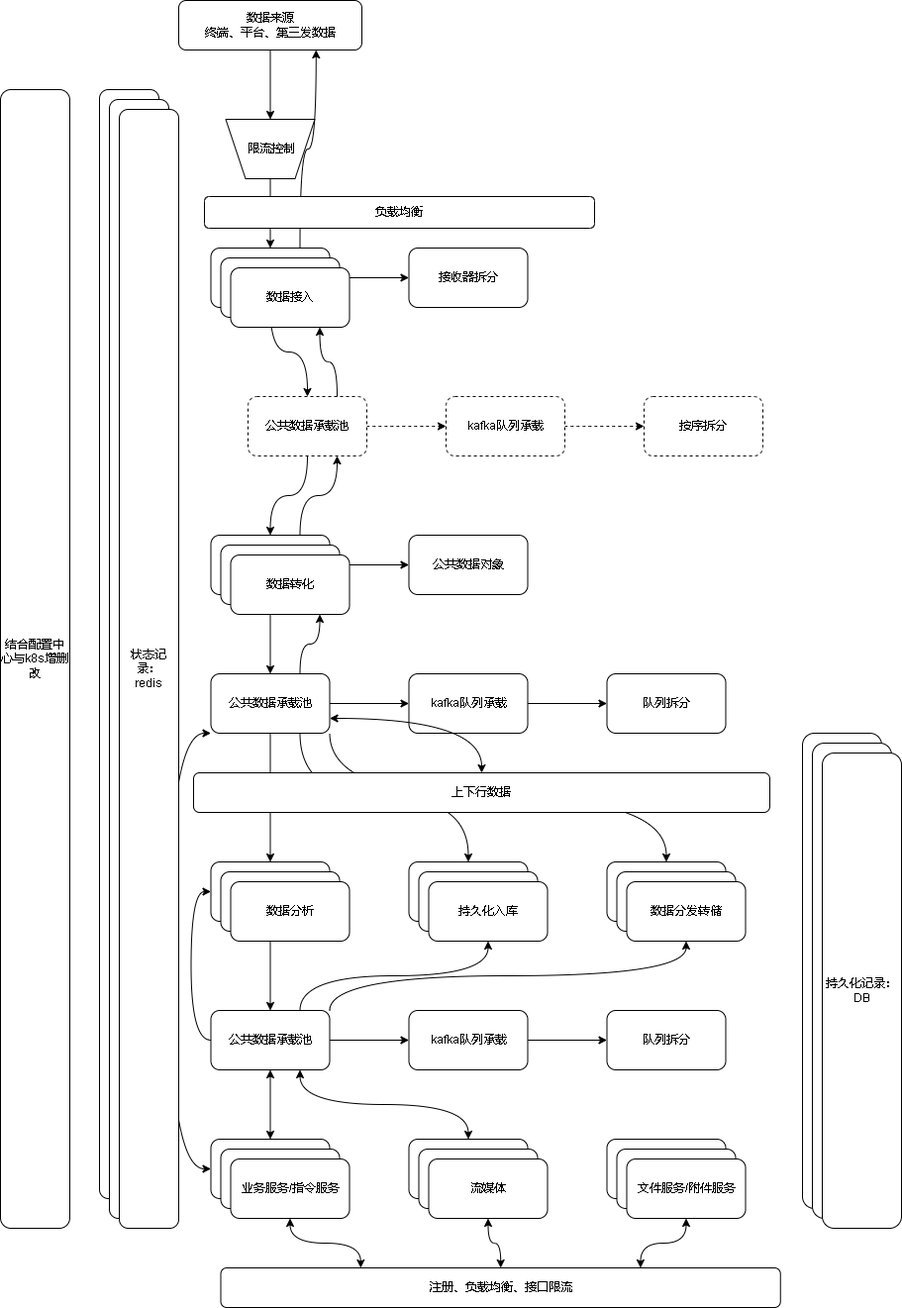
xktder/draw keeps this draw.io diagram as 808后台架构.drawio.png. Above is the earlier version. Source tidied: cells renumbered, new cells last; positions are measured from the earlier drawing's top-left corner, leaving out a move shared by most shapes.
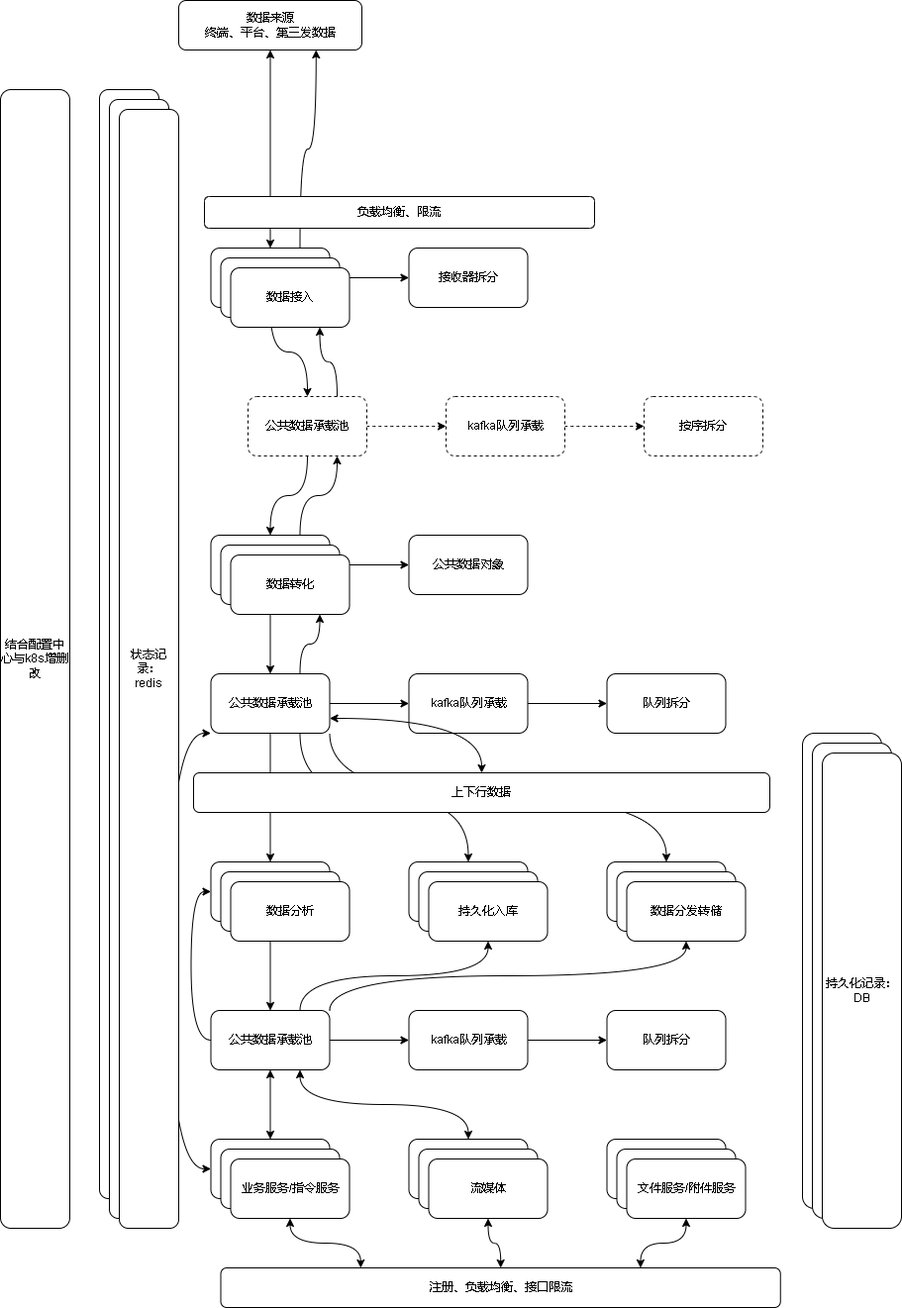
The same file after the commit.

Commit message:
更新808后台架构.drawio.png

What changed in the source:
```diff
@@ -2,9 +2,9 @@
   <root>
     <mxCell id="0" />
     <mxCell id="1" parent="0" />
-    <mxCell id="2" style="edgeStyle=orthogonalEdgeStyle;rounded=0;jettySize=auto;html=1;entryX=0.5;entryY=1;entryDx=0;entryDy=0;curved=1;" parent="1" edge="1" source="3" target="27">
-      <mxGeometry relative="1" as="geometry" />
-    </mxCell>
+    <mxCell id="81" style="edgeStyle=orthogonalEdgeStyle;curved=1;rounded=0;jettySize=auto;html=1;startArrow=classic;startFill=1;" parent="1" edge="1" source="3" target="7">
+      <mxGeometry relative="1" as="geometry" />
+    </mxCell>
     <mxCell id="3" value="数据来源&lt;br&gt;终端、平台、第三发数据" style="rounded=1;whiteSpace=wrap;html=1;" parent="1" vertex="1">
       <mxGeometry x="180" width="185" height="50" as="geometry" />
     </mxCell>
@@ -79,15 +79,6 @@
     <mxCell id="25" value="数据分析" style="whiteSpace=wrap;html=1;rounded=1;" parent="1" vertex="1">
       <mxGeometry x="212.5" y="870" width="120" height="60" as="geometry" />
     </mxCell>
-    <mxCell id="26" style="edgeStyle=orthogonalEdgeStyle;curved=1;rounded=0;jettySize=auto;html=1;" parent="1" edge="1" source="27" target="7">
-      <mxGeometry relative="1" as="geometry" />
-    </mxCell>
-    <mxCell id="27" style="shape=trapezoid;perimeter=trapezoidPerimeter;whiteSpace=wrap;html=1;fixedSize=1;rotation=-180;" parent="1" vertex="1">
-      <mxGeometry x="227.5" y="120" width="90" height="60" as="geometry" />
-    </mxCell>
-    <mxCell id="28" value="限流控制" style="text;html=1;align=center;verticalAlign=middle;strokeColor=none;fillColor=none;" parent="1" vertex="1">
-      <mxGeometry x="237.5" y="135" width="70" height="30" as="geometry" />
-    </mxCell>
     <mxCell id="29" style="edgeStyle=orthogonalEdgeStyle;curved=1;rounded=0;jettySize=auto;html=1;dashed=1;" parent="1" edge="1" source="32" target="34">
       <mxGeometry relative="1" as="geometry" />
     </mxCell>
@@ -241,7 +232,7 @@
     <mxCell id="79" value="注册、负载均衡、接口限流" style="rounded=1;whiteSpace=wrap;html=1;" parent="1" vertex="1">
       <mxGeometry x="222.5" y="1280" width="565.2" height="40" as="geometry" />
     </mxCell>
-    <mxCell id="80" value="负载均衡" style="rounded=1;whiteSpace=wrap;html=1;" parent="1" vertex="1">
+    <mxCell id="80" value="负载均衡、限流" style="rounded=1;whiteSpace=wrap;html=1;" parent="1" vertex="1">
       <mxGeometry x="206" y="198" width="394" height="32" as="geometry" />
     </mxCell>
   </root>
```
